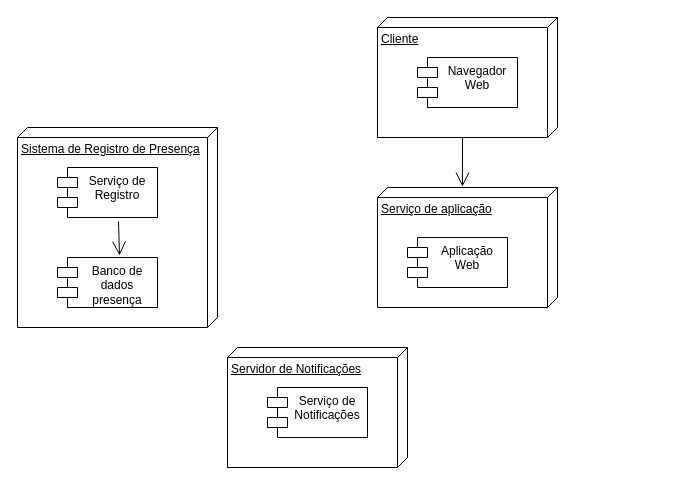
This is Diagramas/Diagrama de implementação.drawio from cc4semestre/projeto, a draw.io file, before an edit. Source tidied: cells renumbered, new cells numbered last; positions are measured from the earlier drawing's top-left corner, leaving out a move shared by most shapes. Both pictures are drawn from the tidied source at 100%, with x=0, y=0 at pixel (17, 17).
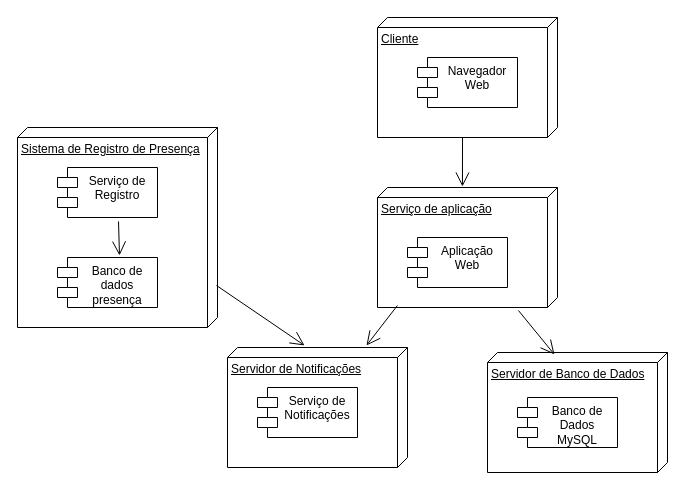
After the change.

Diff of the diagram source:
```diff
@@
 <mxGraphModel>
   <root>
     <mxCell id="0" />
     <mxCell id="1" parent="0" />
     <mxCell id="2" value="Cliente&lt;div&gt;&lt;br&gt;&lt;/div&gt;" style="verticalAlign=top;align=left;spacingTop=8;spacingLeft=2;spacingRight=12;shape=cube;size=10;direction=south;fontStyle=4;html=1;whiteSpace=wrap;" parent="1" vertex="1">
       <mxGeometry x="360" width="180" height="120" as="geometry" />
     </mxCell>
     <mxCell id="3" value="Navegador Web" style="shape=module;align=left;spacingLeft=20;align=center;verticalAlign=top;whiteSpace=wrap;html=1;" parent="1" vertex="1">
       <mxGeometry x="400" y="40" width="100" height="50" as="geometry" />
     </mxCell>
     <mxCell id="4" value="&lt;div&gt;Sistema de Registro de Presença&lt;/div&gt;" style="verticalAlign=top;align=left;spacingTop=8;spacingLeft=2;spacingRight=12;shape=cube;size=10;direction=south;fontStyle=4;html=1;whiteSpace=wrap;" parent="1" vertex="1">
       <mxGeometry y="110" width="200" height="200" as="geometry" />
     </mxCell>
     <mxCell id="5" value="Serviço de Registro" style="shape=module;align=left;spacingLeft=20;align=center;verticalAlign=top;whiteSpace=wrap;html=1;" parent="1" vertex="1">
       <mxGeometry x="40" y="150" width="100" height="50" as="geometry" />
     </mxCell>
     <mxCell id="6" value="Banco de dados presença" style="shape=module;align=left;spacingLeft=20;align=center;verticalAlign=top;whiteSpace=wrap;html=1;" parent="1" vertex="1">
       <mxGeometry x="40" y="240" width="100" height="50" as="geometry" />
     </mxCell>
     <mxCell id="7" value="Serviço de aplicação" style="verticalAlign=top;align=left;spacingTop=8;spacingLeft=2;spacingRight=12;shape=cube;size=10;direction=south;fontStyle=4;html=1;whiteSpace=wrap;" parent="1" vertex="1">
       <mxGeometry x="360" y="170" width="180" height="120" as="geometry" />
     </mxCell>
     <mxCell id="8" style="endArrow=open;endFill=1;endSize=12;html=1;rounded=0;exitX=0.61;exitY=1.08;exitDx=0;exitDy=0;exitPerimeter=0;entryX=0.62;entryY=-0.04;entryDx=0;entryDy=0;entryPerimeter=0;" parent="1" edge="1" source="5" target="6">
       <mxGeometry relative="1" as="geometry" />
     </mxCell>
     <mxCell id="9" value="Aplicação Web" style="shape=module;align=left;spacingLeft=20;align=center;verticalAlign=top;whiteSpace=wrap;html=1;" parent="1" vertex="1">
       <mxGeometry x="390" y="220" width="100" height="50" as="geometry" />
     </mxCell>
     <mxCell id="10" style="endArrow=open;endFill=1;endSize=12;html=1;rounded=0;exitX=0;exitY=0;exitDx=120;exitDy=95;exitPerimeter=0;entryX=-0.008;entryY=0.528;entryDx=0;entryDy=0;entryPerimeter=0;" parent="1" edge="1" source="2" target="7">
       <mxGeometry relative="1" as="geometry" />
     </mxCell>
     <mxCell id="11" value="&lt;div&gt;Servidor de Notificações&lt;/div&gt;" style="verticalAlign=top;align=left;spacingTop=8;spacingLeft=2;spacingRight=12;shape=cube;size=10;direction=south;fontStyle=4;html=1;whiteSpace=wrap;" parent="1" vertex="1">
       <mxGeometry x="210" y="330" width="180" height="120" as="geometry" />
     </mxCell>
     <mxCell id="12" value="Serviço de Notificações" style="shape=module;align=left;spacingLeft=20;align=center;verticalAlign=top;whiteSpace=wrap;html=1;" parent="1" vertex="1">
-      <mxGeometry x="250" y="370" width="100" height="50" as="geometry" />
+      <mxGeometry x="240" y="370" width="100" height="50" as="geometry" />
     </mxCell>
+    <mxCell id="13" value="&lt;div&gt;Servidor de Banco de Dados&lt;/div&gt;" style="verticalAlign=top;align=left;spacingTop=8;spacingLeft=2;spacingRight=12;shape=cube;size=10;direction=south;fontStyle=4;html=1;whiteSpace=wrap;" parent="1" vertex="1">
+      <mxGeometry x="470" y="335" width="180" height="120" as="geometry" />
+    </mxCell>
+    <mxCell id="14" value="Banco de Dados MySQL" style="shape=module;align=left;spacingLeft=20;align=center;verticalAlign=top;whiteSpace=wrap;html=1;" parent="1" vertex="1">
+      <mxGeometry x="500" y="380" width="100" height="50" as="geometry" />
+    </mxCell>
+    <mxCell id="15" style="endArrow=open;endFill=1;endSize=12;html=1;rounded=0;exitX=0.983;exitY=0.889;exitDx=0;exitDy=0;exitPerimeter=0;entryX=-0.017;entryY=0.228;entryDx=0;entryDy=0;entryPerimeter=0;" parent="1" edge="1" source="7" target="11">
+      <mxGeometry relative="1" as="geometry" />
+    </mxCell>
+    <mxCell id="16" style="endArrow=open;endFill=1;endSize=12;html=1;rounded=0;exitX=0.79;exitY=0.005;exitDx=0;exitDy=0;exitPerimeter=0;entryX=-0.017;entryY=0.572;entryDx=0;entryDy=0;entryPerimeter=0;" parent="1" edge="1" source="4" target="11">
+      <mxGeometry relative="1" as="geometry" />
+    </mxCell>
+    <mxCell id="17" style="endArrow=open;endFill=1;endSize=12;html=1;rounded=0;exitX=1.025;exitY=0.217;exitDx=0;exitDy=0;exitPerimeter=0;entryX=0.017;entryY=0.628;entryDx=0;entryDy=0;entryPerimeter=0;" parent="1" edge="1" source="7" target="13">
+      <mxGeometry relative="1" as="geometry" />
+    </mxCell>
   </root>
 </mxGraphModel>
```
